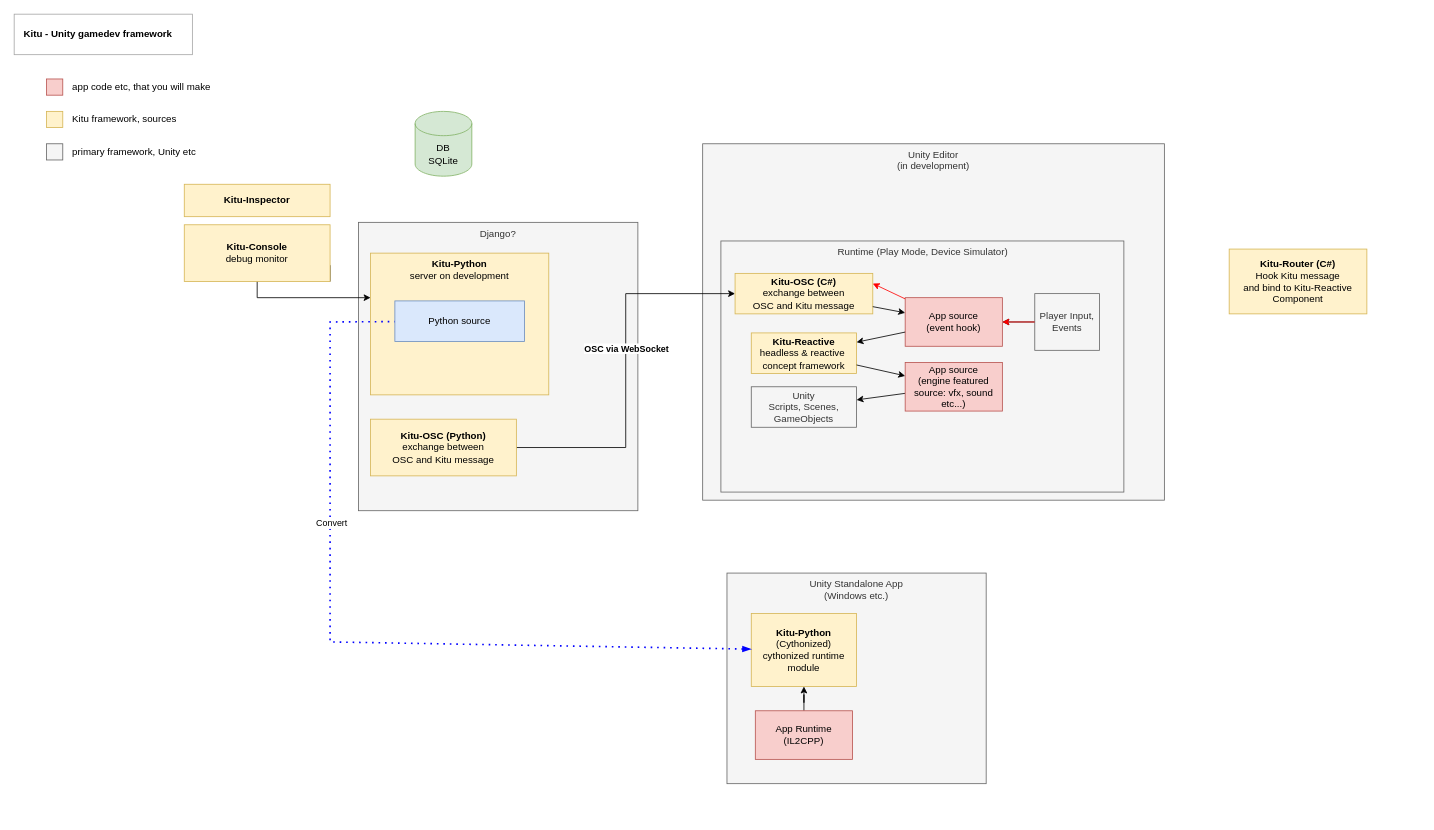
The draw.io diagram doc/framework-architecture.drawio in Nagitch/Kitu, before the edit. Source tidied: cells renumbered, new cells numbered last; positions are measured from the earlier drawing's top-left corner, leaving out a move shared by most shapes. Both pictures are drawn from the tidied source at 81%, with x=0, y=0 at pixel (14, 14). Pictures stored in the file or linked from it are replaced by grey dashed boxes.
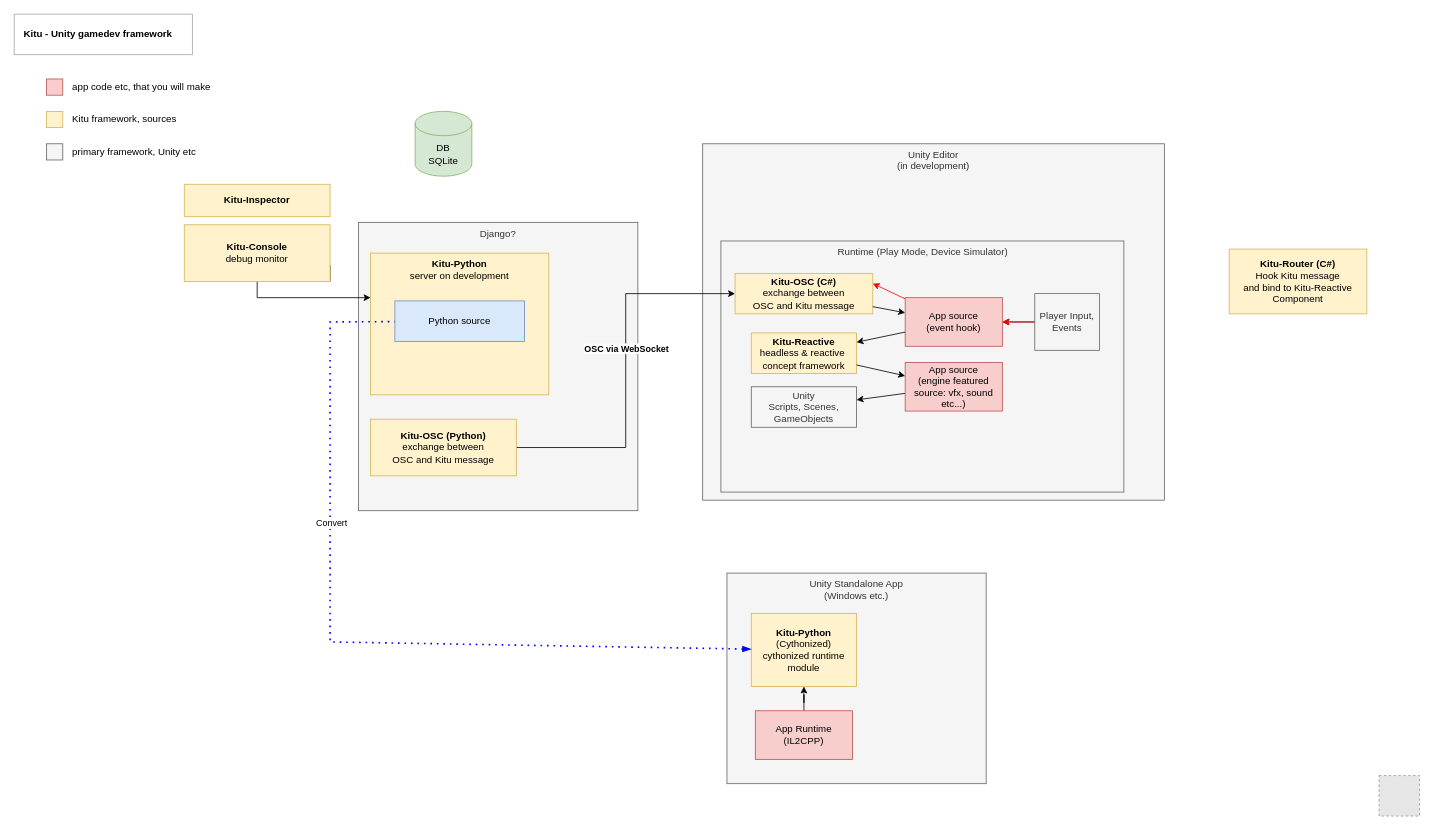
The same diagram, later.

What changed in the source:
```diff
@@
+    <mxCell id="43" style="fillColor=#E6E6E6;strokeColor=#999999;dashed=1;verticalLabelPosition=bottom;labelBackgroundColor=default;verticalAlign=top;" parent="4" vertex="1">
+      <mxGeometry x="1685" y="940" width="50" height="50" as="geometry" />
+    </mxCell>
```
